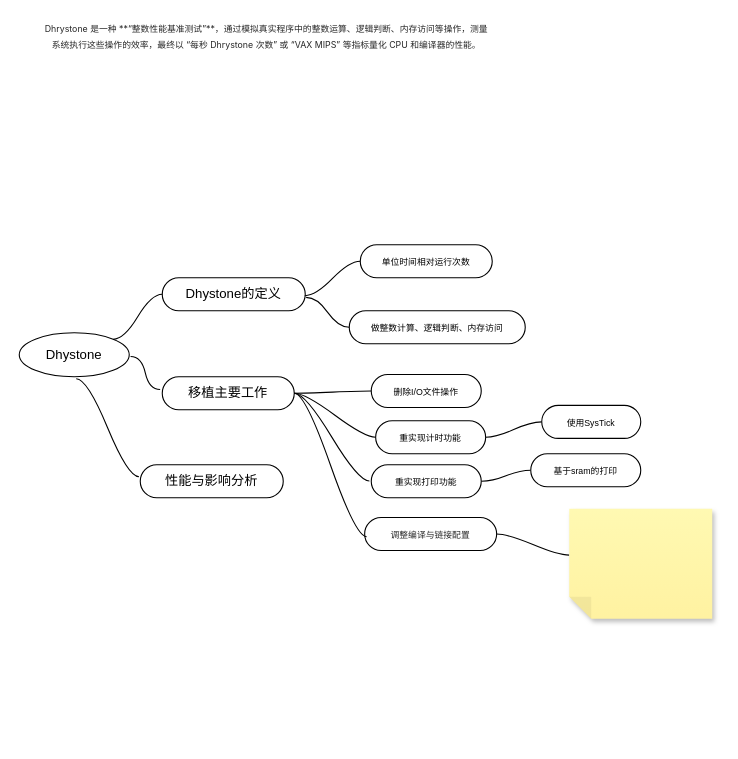
This is page "Dhrystone" (3 of 5) of drawio/test.drawio from iceyxy/flow-chart-drawio, a draw.io file, before an edit. Source tidied: cells renumbered, new cells numbered last; positions are measured from the earlier drawing's top-left corner, leaving out a move shared by most shapes. Both pictures are drawn from the tidied source at 110%, with x=0, y=0 at pixel (19, 19).
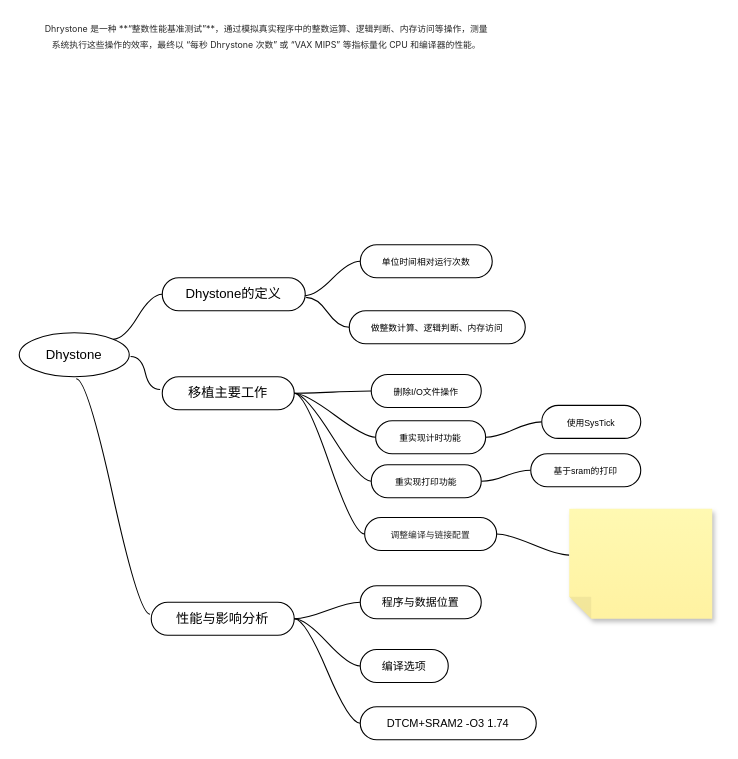
The same page after the edit.

Unchanged cells that the change refers to:
```xml
<mxCell id="8" value="移植主要工作" style="whiteSpace=wrap;html=1;rounded=1;arcSize=50;align=center;verticalAlign=middle;strokeWidth=1;spacing=4;newEdgeStyle={&quot;edgeStyle&quot;:&quot;entityRelationEdgeStyle&quot;,&quot;startArrow&quot;:&quot;none&quot;,&quot;endArrow&quot;:&quot;none&quot;,&quot;segment&quot;:10,&quot;curved&quot;:1,&quot;sourcePerimeterSpacing&quot;:0,&quot;targetPerimeterSpacing&quot;:0};" parent="1" vertex="1">
  <mxGeometry x="130" y="325" width="120" height="30" as="geometry" />
</mxCell>
<mxCell id="20" value="&lt;span style=&quot;font-size: 8px;&quot;&gt;重实现打印功能&lt;/span&gt;" style="whiteSpace=wrap;html=1;rounded=1;arcSize=50;align=center;verticalAlign=middle;strokeWidth=1;spacing=4;newEdgeStyle={&quot;edgeStyle&quot;:&quot;entityRelationEdgeStyle&quot;,&quot;startArrow&quot;:&quot;none&quot;,&quot;endArrow&quot;:&quot;none&quot;,&quot;segment&quot;:10,&quot;curved&quot;:1,&quot;sourcePerimeterSpacing&quot;:0,&quot;targetPerimeterSpacing&quot;:0};" parent="1" vertex="1">
  <mxGeometry x="320" y="405" width="100" height="30" as="geometry" />
</mxCell>
<mxCell id="25" value="&lt;span style=&quot;color: rgba(0, 0, 0, 0.85); font-family: Inter, -apple-system, BlinkMacSystemFont, &amp;quot;Segoe UI&amp;quot;, &amp;quot;SF Pro SC&amp;quot;, &amp;quot;SF Pro Display&amp;quot;, &amp;quot;SF Pro Icons&amp;quot;, &amp;quot;PingFang SC&amp;quot;, &amp;quot;Hiragino Sans GB&amp;quot;, &amp;quot;Microsoft YaHei&amp;quot;, &amp;quot;Helvetica Neue&amp;quot;, Helvetica, Arial, sans-serif; text-align: start; background-color: rgb(255, 255, 255);&quot;&gt;&lt;font style=&quot;font-size: 8px;&quot;&gt;调整编译与链接配置&lt;/font&gt;&lt;/span&gt;" style="whiteSpace=wrap;html=1;rounded=1;arcSize=50;align=center;verticalAlign=middle;strokeWidth=1;spacing=4;newEdgeStyle={&quot;edgeStyle&quot;:&quot;entityRelationEdgeStyle&quot;,&quot;startArrow&quot;:&quot;none&quot;,&quot;endArrow&quot;:&quot;none&quot;,&quot;segment&quot;:10,&quot;curved&quot;:1,&quot;sourcePerimeterSpacing&quot;:0,&quot;targetPerimeterSpacing&quot;:0};" parent="1" vertex="1">
  <mxGeometry x="314" y="453" width="120" height="30" as="geometry" />
</mxCell>
```

Diff of the diagram source:
```diff
@@
     <mxCell id="10" value="性能与影响分析" style="whiteSpace=wrap;html=1;rounded=1;arcSize=50;align=center;verticalAlign=middle;strokeWidth=1;spacing=4;newEdgeStyle={&quot;edgeStyle&quot;:&quot;entityRelationEdgeStyle&quot;,&quot;startArrow&quot;:&quot;none&quot;,&quot;endArrow&quot;:&quot;none&quot;,&quot;segment&quot;:10,&quot;curved&quot;:1,&quot;sourcePerimeterSpacing&quot;:0,&quot;targetPerimeterSpacing&quot;:0};" parent="1" vertex="1">
-      <mxGeometry x="110" y="405" width="130" height="30" as="geometry" />
+      <mxGeometry x="120" y="530" width="130" height="30" as="geometry" />
     </mxCell>
@@
-    <mxCell id="21" style="edgeStyle=entityRelationEdgeStyle;rounded=0;jettySize=auto;html=1;startArrow=none;endArrow=none;segment=10;curved=1;sourcePerimeterSpacing=0;targetPerimeterSpacing=0;entryX=-0.017;entryY=0.492;entryDx=0;entryDy=0;entryPerimeter=0;" parent="1" edge="1" source="8" target="20">
+    <mxCell id="21" style="edgeStyle=entityRelationEdgeStyle;rounded=0;jettySize=auto;html=1;startArrow=none;endArrow=none;segment=10;curved=1;sourcePerimeterSpacing=0;targetPerimeterSpacing=0;entryX=0;entryY=0.5;entryDx=0;entryDy=0;" parent="1" edge="1" source="8" target="20">
       <mxGeometry relative="1" as="geometry" />
     </mxCell>
@@
-    <mxCell id="26" style="edgeStyle=entityRelationEdgeStyle;rounded=0;jettySize=auto;html=1;startArrow=none;endArrow=none;segment=10;curved=1;sourcePerimeterSpacing=0;targetPerimeterSpacing=0;entryX=0.015;entryY=0.582;entryDx=0;entryDy=0;entryPerimeter=0;" parent="1" edge="1" source="8" target="25">
+    <mxCell id="26" style="edgeStyle=entityRelationEdgeStyle;rounded=0;jettySize=auto;html=1;startArrow=none;endArrow=none;segment=10;curved=1;sourcePerimeterSpacing=0;targetPerimeterSpacing=0;entryX=0;entryY=0.5;entryDx=0;entryDy=0;" parent="1" edge="1" source="8" target="25">
       <mxGeometry relative="1" as="geometry" />
     </mxCell>
@@
+    <mxCell id="28" value="&lt;font style=&quot;font-size: 10px;&quot;&gt;程序与数据位置&lt;/font&gt;" style="whiteSpace=wrap;html=1;rounded=1;arcSize=50;align=center;verticalAlign=middle;strokeWidth=1;spacing=4;newEdgeStyle={&quot;edgeStyle&quot;:&quot;entityRelationEdgeStyle&quot;,&quot;startArrow&quot;:&quot;none&quot;,&quot;endArrow&quot;:&quot;none&quot;,&quot;segment&quot;:10,&quot;curved&quot;:1,&quot;sourcePerimeterSpacing&quot;:0,&quot;targetPerimeterSpacing&quot;:0};" parent="1" vertex="1">
+      <mxGeometry x="310" y="515" width="110" height="30" as="geometry" />
+    </mxCell>
+    <mxCell id="29" style="edgeStyle=entityRelationEdgeStyle;startArrow=none;endArrow=none;segment=10;curved=1;sourcePerimeterSpacing=0;targetPerimeterSpacing=0;rounded=0;exitX=1;exitY=0.5;exitDx=0;exitDy=0;" parent="1" edge="1" source="10" target="28">
+      <mxGeometry relative="1" as="geometry" />
+    </mxCell>
+    <mxCell id="30" value="&lt;font style=&quot;font-size: 10px;&quot;&gt;编译选项&lt;/font&gt;" style="whiteSpace=wrap;html=1;rounded=1;arcSize=50;align=center;verticalAlign=middle;strokeWidth=1;spacing=4;newEdgeStyle={&quot;edgeStyle&quot;:&quot;entityRelationEdgeStyle&quot;,&quot;startArrow&quot;:&quot;none&quot;,&quot;endArrow&quot;:&quot;none&quot;,&quot;segment&quot;:10,&quot;curved&quot;:1,&quot;sourcePerimeterSpacing&quot;:0,&quot;targetPerimeterSpacing&quot;:0};" parent="1" vertex="1">
+      <mxGeometry x="310" y="573" width="80" height="30" as="geometry" />
+    </mxCell>
+    <mxCell id="31" style="edgeStyle=entityRelationEdgeStyle;startArrow=none;endArrow=none;segment=10;curved=1;sourcePerimeterSpacing=0;targetPerimeterSpacing=0;rounded=0;exitX=1;exitY=0.5;exitDx=0;exitDy=0;" parent="1" edge="1" source="10" target="30">
+      <mxGeometry relative="1" as="geometry" />
+    </mxCell>
+    <mxCell id="32" value="&lt;div class=&quot;lake-content&quot;&gt;&lt;font style=&quot;font-size: 10px;&quot;&gt;&lt;span class=&quot;ne-text&quot;&gt;DTCM+SRAM2 -O3 1.74&lt;/span&gt;&lt;/font&gt;&lt;/div&gt;" style="whiteSpace=wrap;html=1;rounded=1;arcSize=50;align=center;verticalAlign=middle;strokeWidth=1;spacing=4;newEdgeStyle={&quot;edgeStyle&quot;:&quot;entityRelationEdgeStyle&quot;,&quot;startArrow&quot;:&quot;none&quot;,&quot;endArrow&quot;:&quot;none&quot;,&quot;segment&quot;:10,&quot;curved&quot;:1,&quot;sourcePerimeterSpacing&quot;:0,&quot;targetPerimeterSpacing&quot;:0};" parent="1" vertex="1">
+      <mxGeometry x="310" y="625" width="160" height="30" as="geometry" />
+    </mxCell>
+    <mxCell id="33" style="edgeStyle=entityRelationEdgeStyle;startArrow=none;endArrow=none;segment=10;curved=1;sourcePerimeterSpacing=0;targetPerimeterSpacing=0;rounded=0;exitX=1;exitY=0.5;exitDx=0;exitDy=0;" parent="1" edge="1" source="10" target="32">
+      <mxGeometry relative="1" as="geometry" />
+    </mxCell>
```
